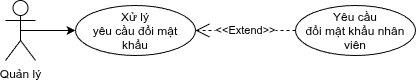
Earlier version of the draw.io export Biểu đồ ca sử dụng/Xử lý yêu cầu đổi mật khẩu(Quản lý là actor).png (quang2097/web_java). Source tidied: cells renumbered, new cells last; positions are measured from the earlier drawing's top-left corner, leaving out a move shared by most shapes.
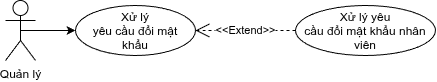
Later version of the same file.

Diff of the diagram source:
```diff
@@ -11,8 +11,8 @@
     <mxCell id="4" value="Xử lý yêu cầu đổi mật khẩu" style="ellipse;whiteSpace=wrap;html=1;shapeInside=1;" parent="1" vertex="1">
       <mxGeometry x="70" y="5" width="120" height="50" as="geometry" />
     </mxCell>
-    <mxCell id="5" value="Yêu cầu đổi mật khẩu nhân viên" style="ellipse;whiteSpace=wrap;html=1;shapeInside=1;" parent="1" vertex="1">
-      <mxGeometry x="290" y="5" width="120" height="50" as="geometry" />
+    <mxCell id="5" value="Xử lý yêu cầu đổi mật khẩu nhân viên" style="ellipse;whiteSpace=wrap;html=1;shapeInside=1;" parent="1" vertex="1">
+      <mxGeometry x="290" y="5" width="140" height="50" as="geometry" />
     </mxCell>
     <mxCell id="6" value="&amp;lt;&amp;lt;Extend&amp;gt;&amp;gt;" style="endArrow=open;endSize=12;dashed=1;html=1;rounded=0;defaultLabelBackgroundColor=page;exitX=0;exitY=0.5;exitDx=0;exitDy=0;entryX=1;entryY=0.5;entryDx=0;entryDy=0;" parent="1" edge="1" source="5" target="4">
       <mxGeometry relative="1" as="geometry" />
```
